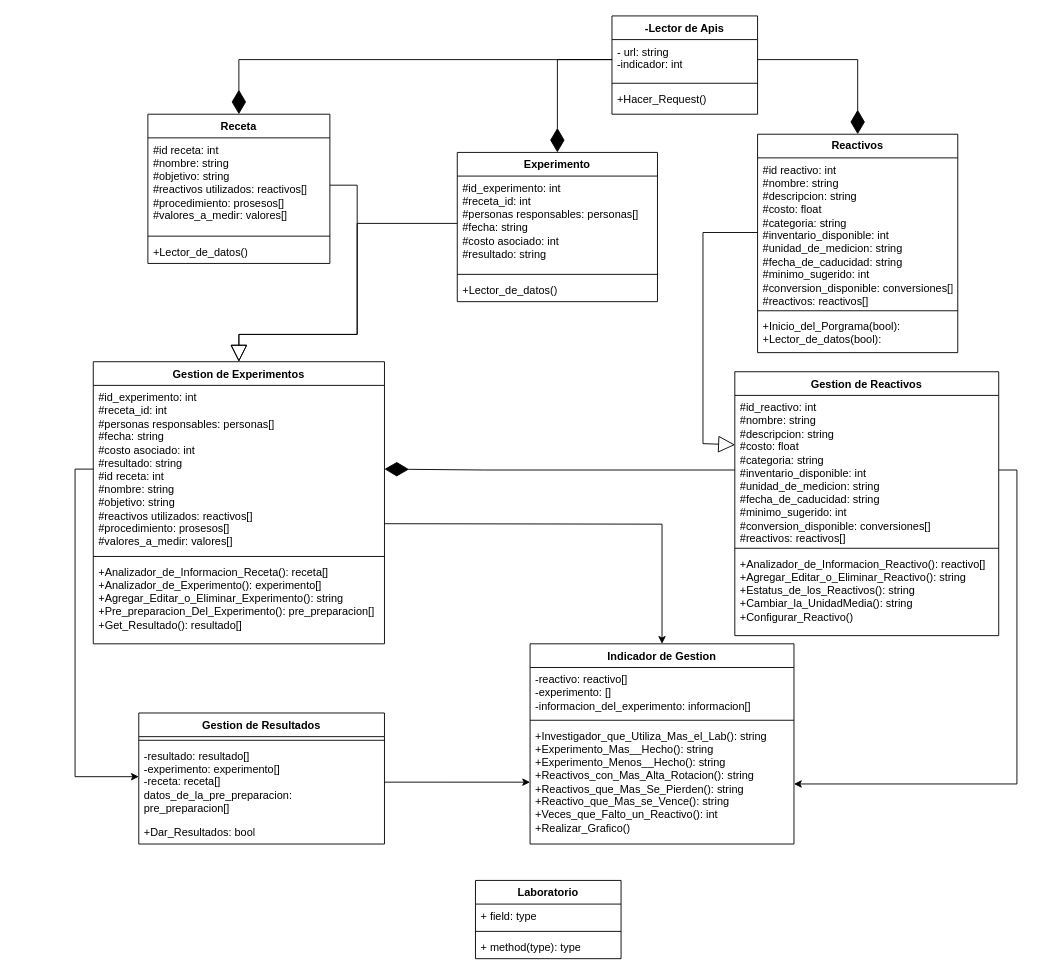
Above: Diagrama_proyecto.drawio in Diegoafkx/Proyecto (draw.io), before the change. Source tidied: cells renumbered, new cells numbered last; positions are measured from the earlier drawing's top-left corner, leaving out a move shared by most shapes. Both pictures are drawn from the tidied source at 91%, with x=0, y=0 at pixel (75, 15).
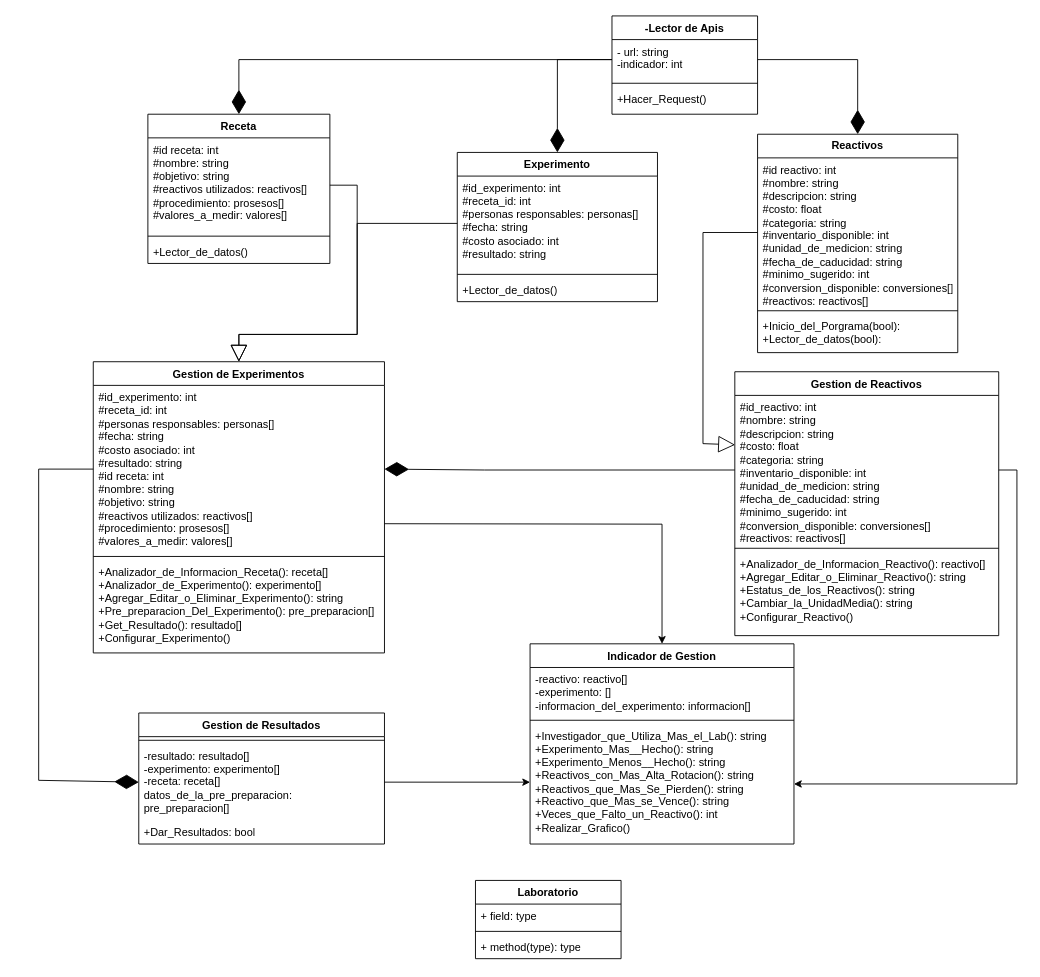
Above is the later version.

Unchanged cells that the change refers to:
```xml
<mxCell id="11" value="#id_experimento: int&lt;div&gt;#receta_id: int&lt;/div&gt;&lt;div&gt;#personas responsables: personas[]&lt;/div&gt;&lt;div&gt;#fecha: string&lt;/div&gt;&lt;div&gt;#costo asociado: int&lt;/div&gt;&lt;div&gt;#resultado: string&lt;/div&gt;&lt;div&gt;#id receta: int&lt;div&gt;#nombre: string&lt;/div&gt;&lt;div&gt;#objetivo: string&lt;/div&gt;&lt;div&gt;#reactivos utilizados: reactivos[]&lt;/div&gt;&lt;div&gt;#procedimiento: prosesos[]&lt;/div&gt;&lt;div&gt;#valores_a_medir: valores[]&lt;/div&gt;&lt;/div&gt;" style="text;strokeColor=none;fillColor=none;align=left;verticalAlign=top;spacingLeft=4;spacingRight=4;overflow=hidden;points=[[0,0.5],[1,0.5]];portConstraint=eastwest;whiteSpace=wrap;html=1;" parent="10" vertex="1">
  <mxGeometry y="26" width="320" height="184" as="geometry" />
</mxCell>
<mxCell id="16" value="-resultado: resultado[]&lt;div&gt;-experimento: experimento[]&lt;/div&gt;&lt;div&gt;-receta: receta[]&lt;/div&gt;&lt;div&gt;datos_de_la_pre_preparacion: pre_preparacion[]&lt;/div&gt;" style="text;strokeColor=none;fillColor=none;align=left;verticalAlign=middle;spacingLeft=4;spacingRight=4;overflow=hidden;points=[[0,0.5],[1,0.5]];portConstraint=eastwest;whiteSpace=wrap;html=1;" parent="14" vertex="1">
  <mxGeometry y="34" width="270" height="84" as="geometry" />
</mxCell>
```

The edit, as a diff of the source:
```diff
@@
     <mxCell id="10" value="Gestion de Experimentos" style="swimlane;fontStyle=1;align=center;verticalAlign=top;horizontal=1;startSize=26;whiteSpace=wrap;html=1;" parent="1" vertex="1">
-      <mxGeometry x="20" y="380" width="320" height="310" as="geometry" />
+      <mxGeometry x="20" y="380" width="320" height="320" as="geometry" />
     </mxCell>
@@
-    <mxCell id="13" value="+Analizador_de_Informacion_Receta(): receta[]&lt;div&gt;+Analizador_de_Experimento(): experimento[]&lt;/div&gt;&lt;div&gt;+Agregar_Editar_o_Eliminar_Experimento(): string&lt;/div&gt;&lt;div&gt;+Pre_preparacion_Del_Experimento(): pre_preparacion[]&lt;/div&gt;&lt;div&gt;+Get_Resultado(): resultado[]&lt;/div&gt;" style="text;strokeColor=none;fillColor=none;align=left;verticalAlign=top;spacingLeft=4;spacingRight=4;overflow=hidden;whiteSpace=wrap;html=1;" parent="10" vertex="1">
-      <mxGeometry y="218" width="320" height="92" as="geometry" />
+    <mxCell id="13" value="+Analizador_de_Informacion_Receta(): receta[]&lt;div&gt;+Analizador_de_Experimento(): experimento[]&lt;/div&gt;&lt;div&gt;+Agregar_Editar_o_Eliminar_Experimento(): string&lt;/div&gt;&lt;div&gt;+Pre_preparacion_Del_Experimento(): pre_preparacion[]&lt;/div&gt;&lt;div&gt;+Get_Resultado(): resultado[]&lt;/div&gt;&lt;div&gt;+Configurar_Experimento()&lt;/div&gt;" style="text;strokeColor=none;fillColor=none;align=left;verticalAlign=top;spacingLeft=4;spacingRight=4;overflow=hidden;whiteSpace=wrap;html=1;" parent="10" vertex="1">
+      <mxGeometry y="218" width="320" height="102" as="geometry" />
     </mxCell>
@@
-    <mxCell id="42" style="edgeStyle=orthogonalEdgeStyle;rounded=0;jettySize=auto;html=1;exitX=0;exitY=0.5;exitDx=0;exitDy=0;" parent="1" edge="1" source="11" target="16">
-      <mxGeometry relative="1" as="geometry">
-        <Array as="points">
-          <mxPoint y="498" />
-          <mxPoint y="836" />
-        </Array>
-      </mxGeometry>
-    </mxCell>
@@
+    <mxCell id="42" style="endArrow=diamondThin;endFill=1;endSize=24;html=1;rounded=0;exitX=0;exitY=0.5;exitDx=0;exitDy=0;entryX=0;entryY=0.5;entryDx=0;entryDy=0;" parent="1" edge="1" source="11" target="16">
+      <mxGeometry relative="1" as="geometry">
+        <Array as="points">
+          <mxPoint x="-40" y="498" />
+          <mxPoint x="-40" y="840" />
+        </Array>
+      </mxGeometry>
+    </mxCell>
```
